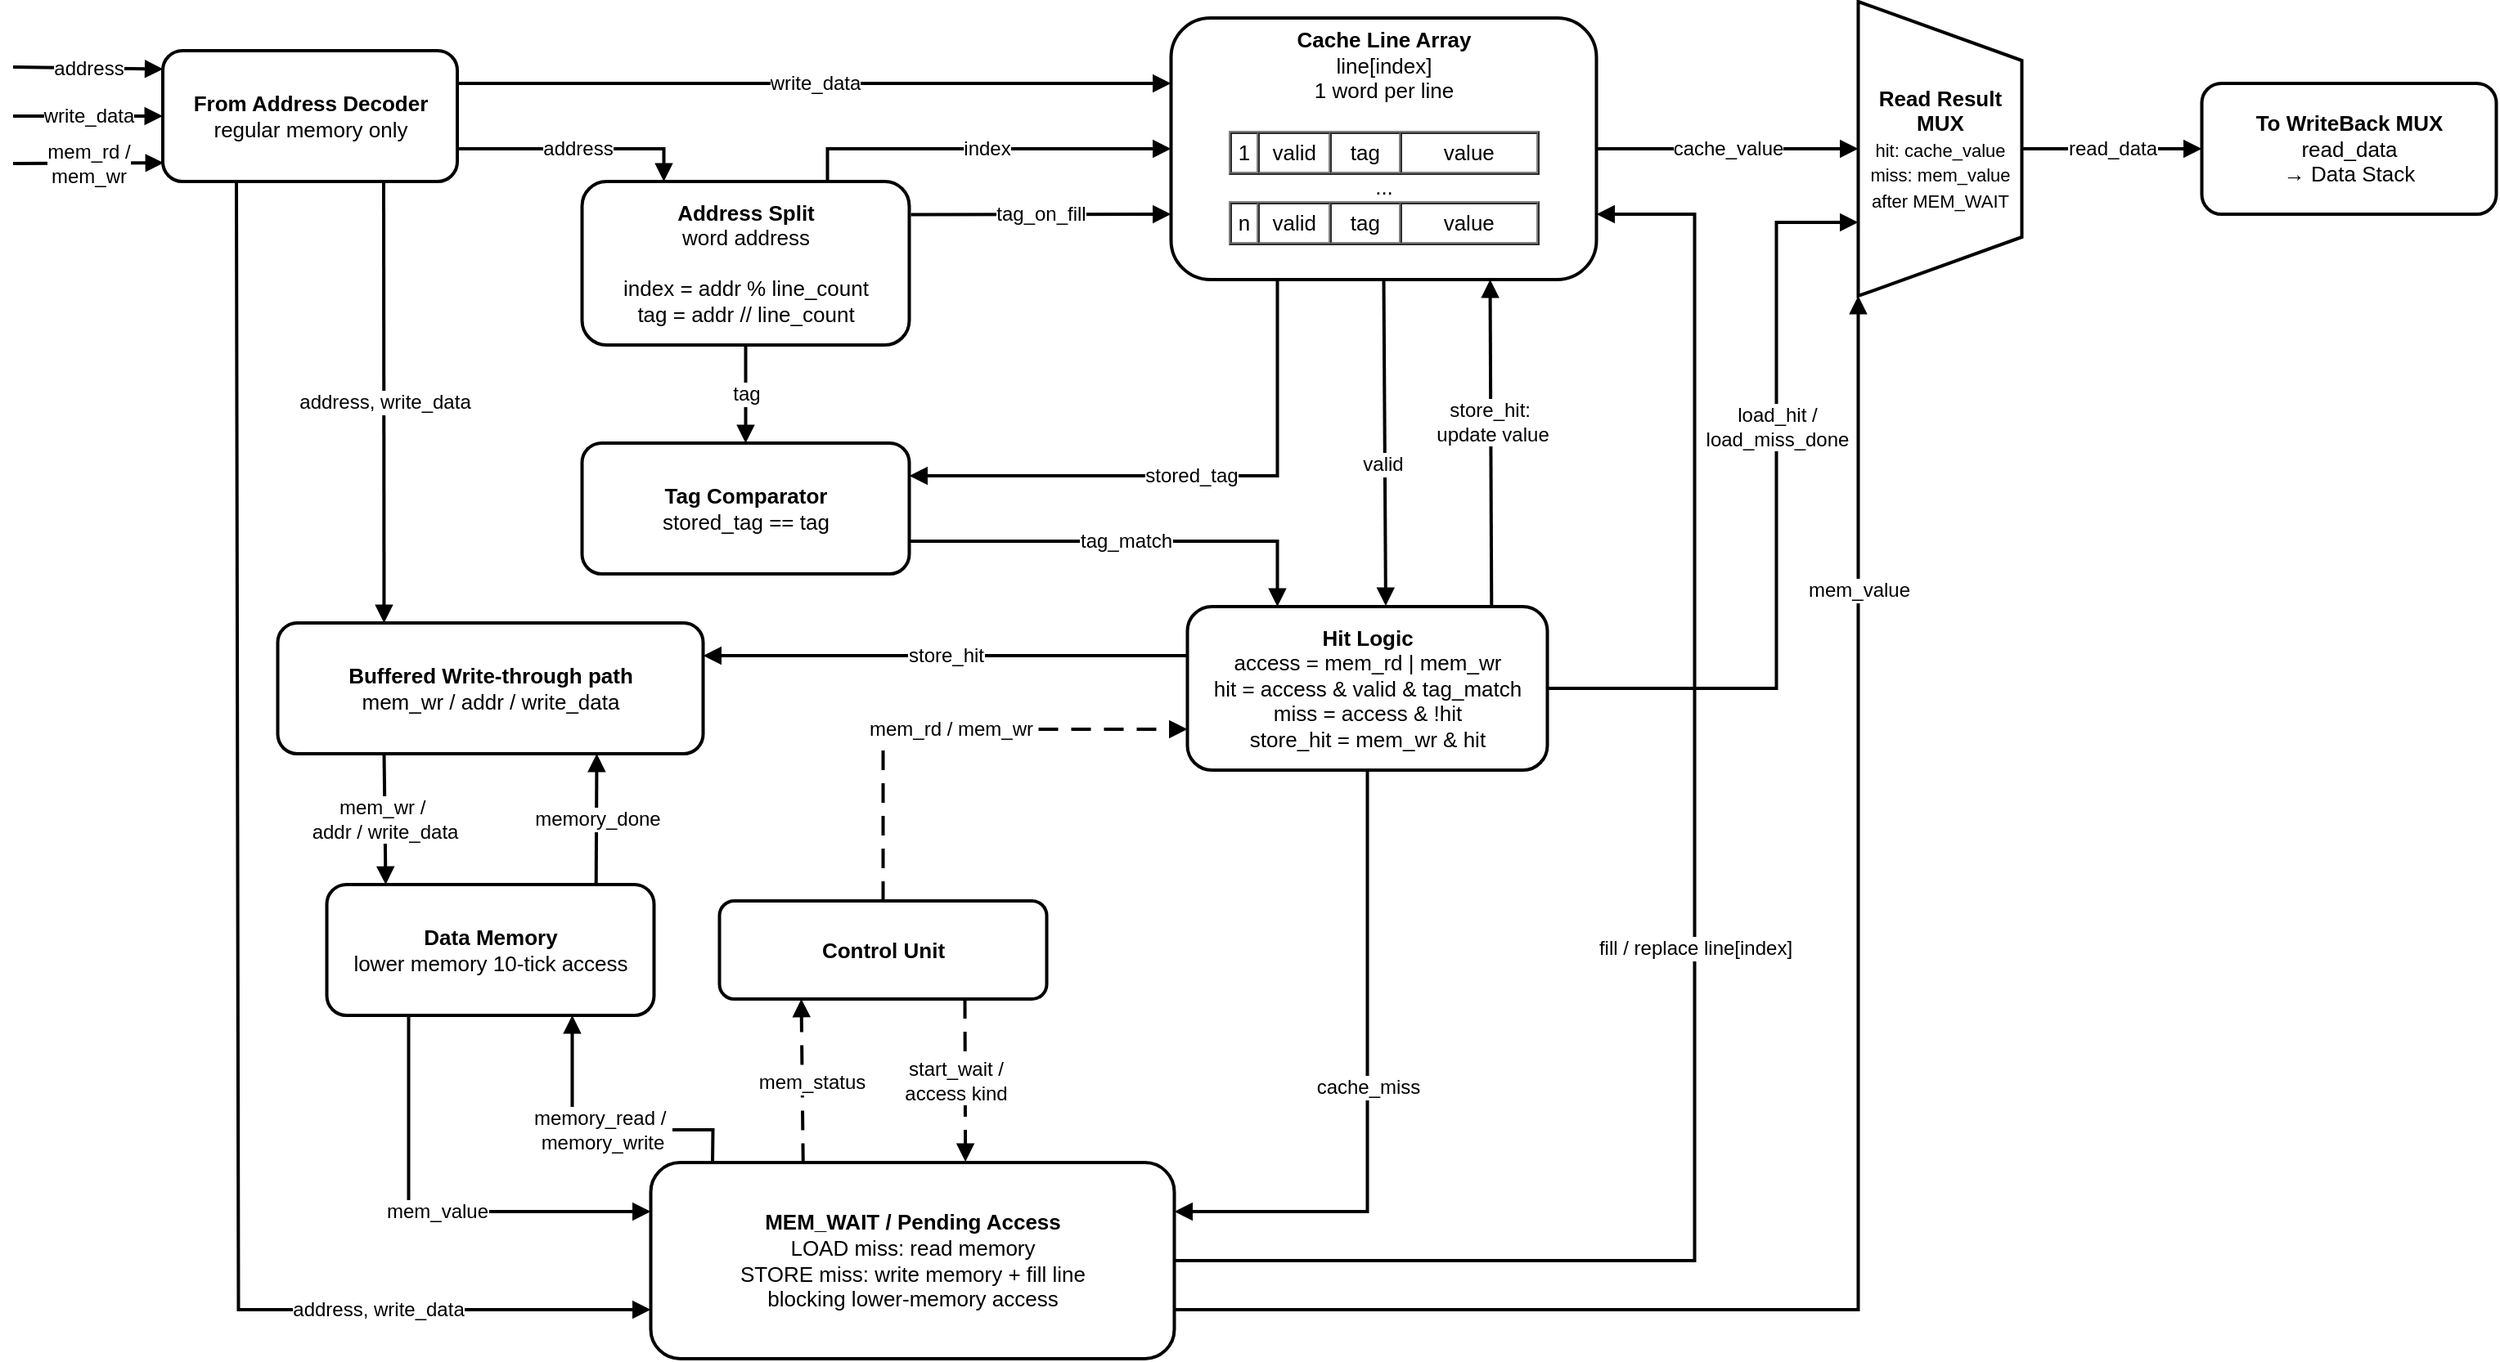
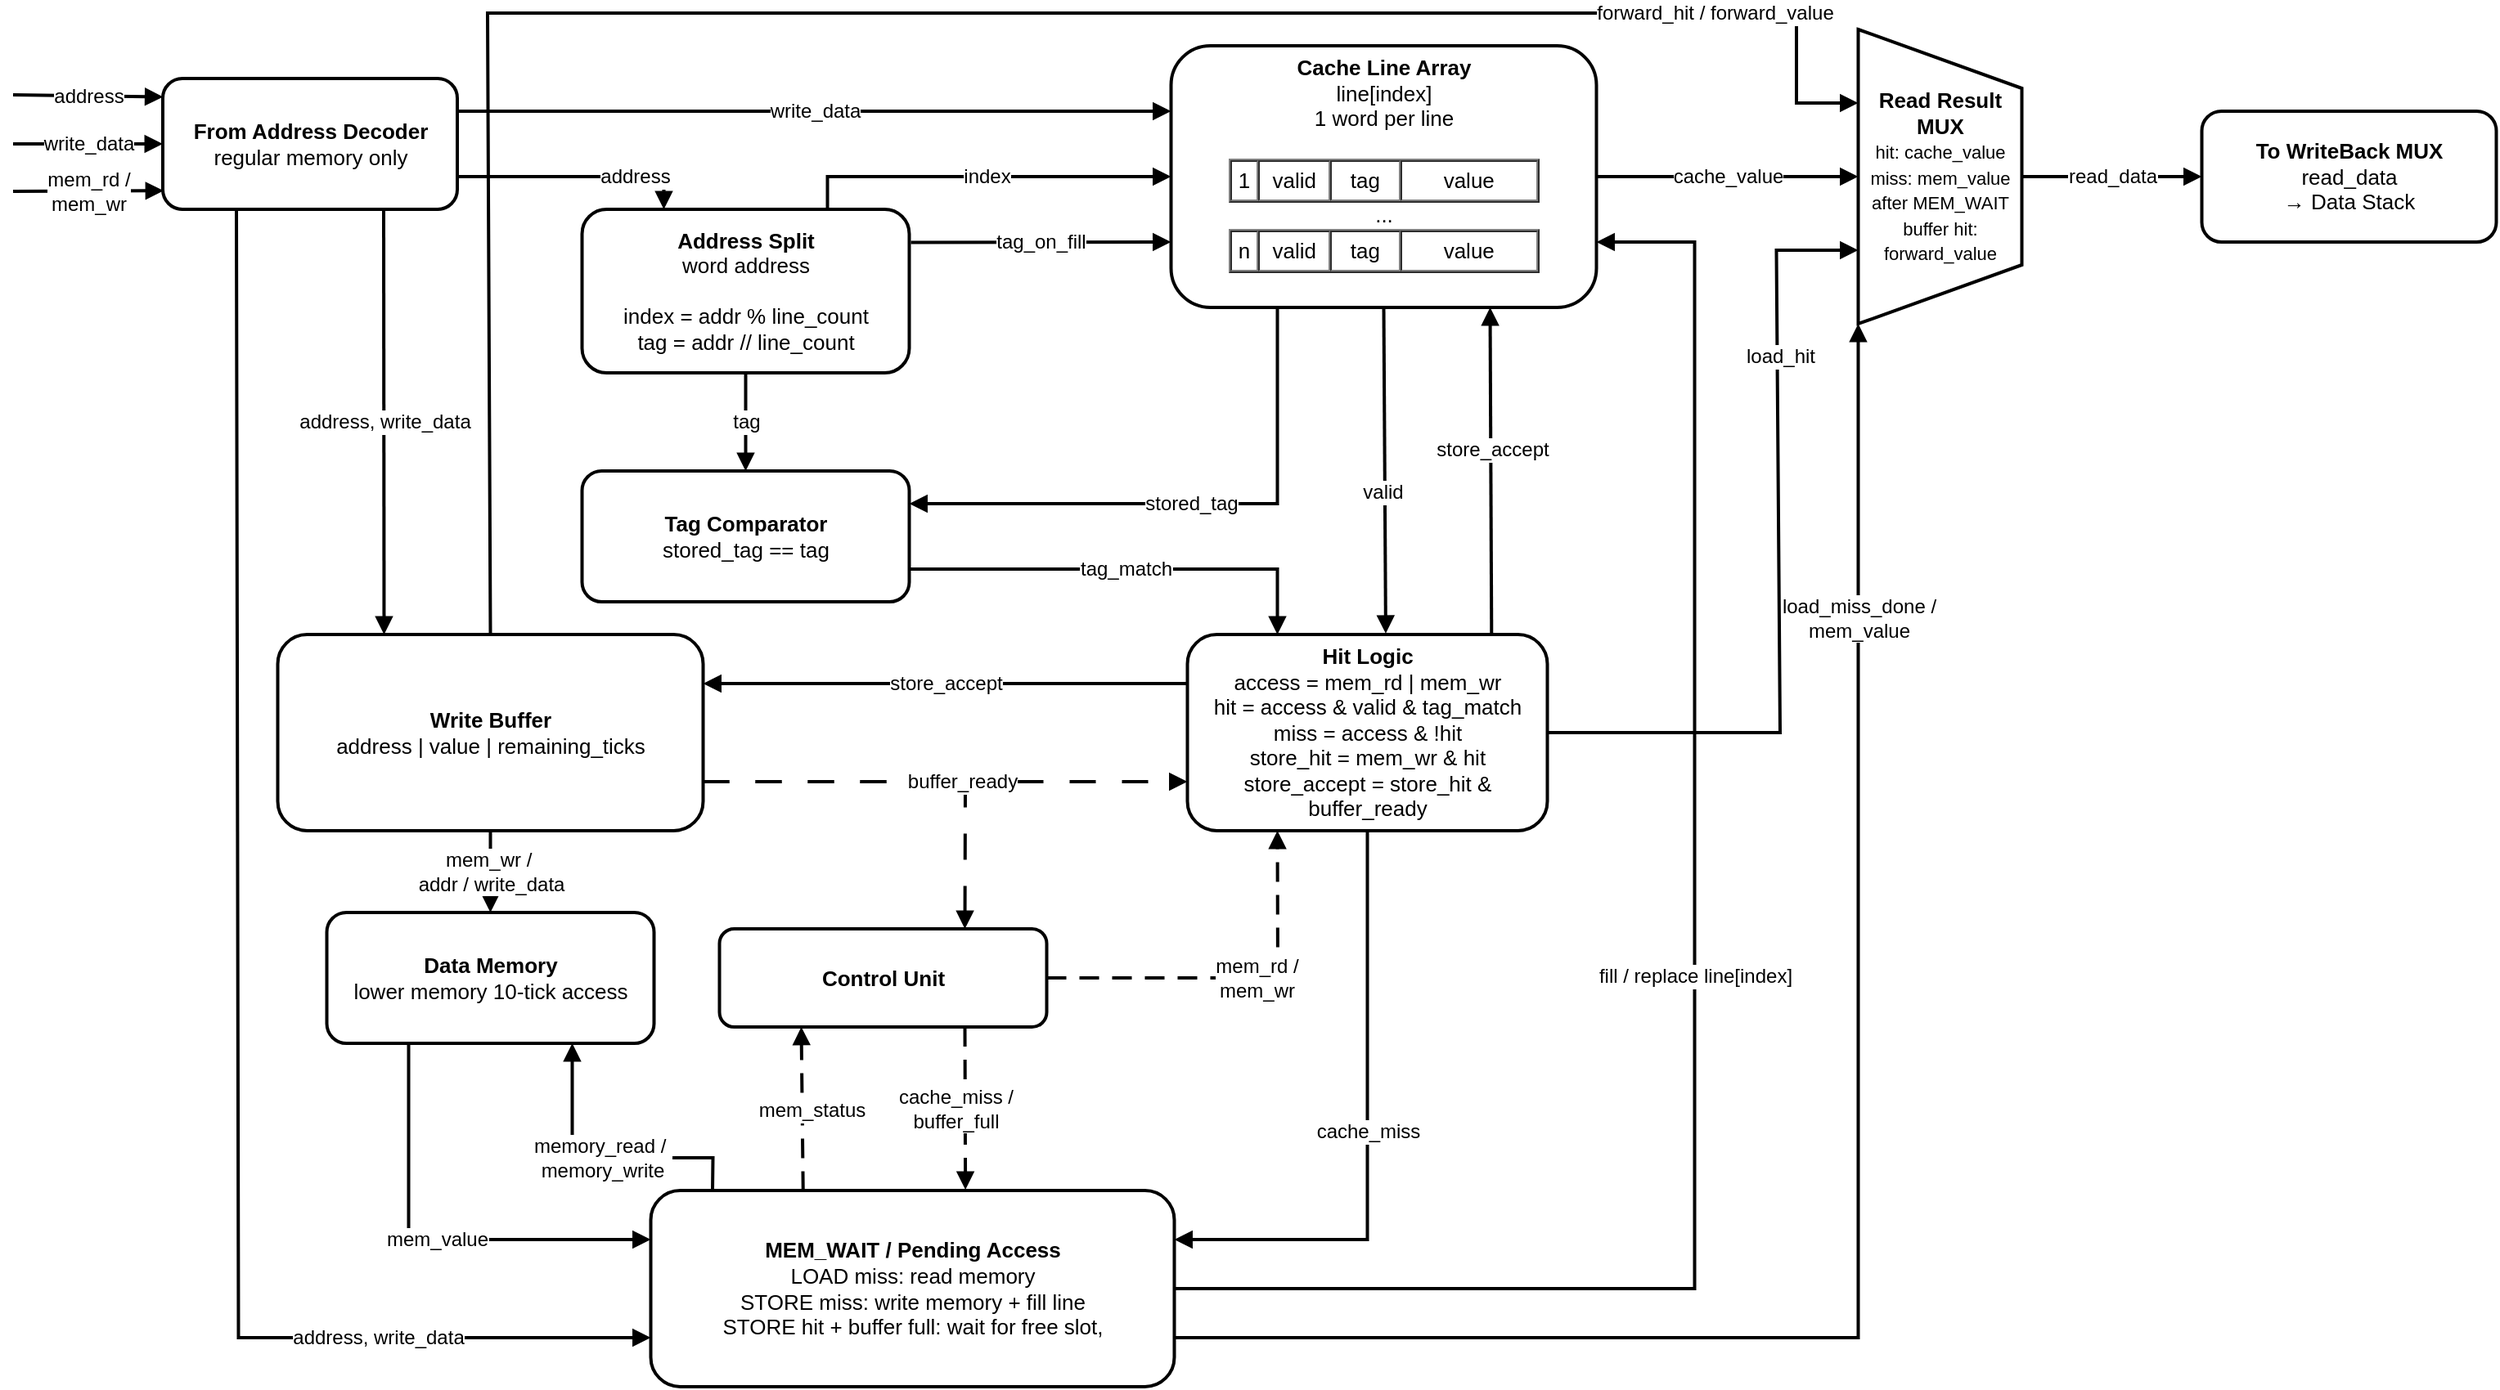
<mxfile host="app.diagrams.net">
  <diagram name="Страница-1" id="6LoON6mabmbmhEtFXeCD">
    <mxGraphModel dx="1572" dy="-209" grid="1" gridSize="10" guides="1" tooltips="1" connect="1" arrows="1" fold="1" page="1" pageScale="1" pageWidth="827" pageHeight="1169" math="0" shadow="0">
      <root>
        <mxCell id="0" />
        <mxCell id="1" parent="0" />
+         <mxCell id="1uLOGvhrAcETlvNOaouv-5" edge="1" parent="1" source="IVVpnZJj4IiTGcJY2tOR-60" style="endArrow=block;html=1;rounded=0;strokeWidth=2;strokeColor=#000000;fontSize=12;entryX=0.75;entryY=0;entryDx=0;entryDy=0;exitX=1;exitY=0.75;exitDx=0;exitDy=0;dashed=1;dashPattern=8 8;" target="IVVpnZJj4IiTGcJY2tOR-57" value="">
+           <mxGeometry relative="1" x="0.1825" as="geometry">
+             <mxPoint as="offset" />
+             <Array as="points">
+               <mxPoint x="652" y="1740" />
+             </Array>
+             <mxPoint x="550" y="1769.52" as="sourcePoint" />
+             <mxPoint x="846" y="1769.52" as="targetPoint" />
+           </mxGeometry>
+         </mxCell>
        <mxCell id="IVVpnZJj4IiTGcJY2tOR-39" parent="1" style="rounded=1;whiteSpace=wrap;html=1;strokeWidth=2;fontSize=13;" value="&lt;div&gt;&lt;b&gt;From Address Decoder&lt;/b&gt;&lt;/div&gt;regular memory only" vertex="1">
          <mxGeometry height="80" width="180" x="161.5" y="1310" as="geometry" />
        </mxCell>
        <mxCell id="IVVpnZJj4IiTGcJY2tOR-40" edge="1" parent="1" style="endArrow=block;html=1;rounded=0;strokeWidth=2;strokeColor=#000000;fontSize=12;entryX=0.001;entryY=0.141;entryDx=0;entryDy=0;entryPerimeter=0;" target="IVVpnZJj4IiTGcJY2tOR-39" value="address">
          <mxGeometry relative="1" as="geometry">
            <mxPoint x="70" y="1320" as="sourcePoint" />
            <mxPoint x="161.5" y="1326" as="targetPoint" />
          </mxGeometry>
        </mxCell>
        <mxCell id="IVVpnZJj4IiTGcJY2tOR-41" edge="1" parent="1" style="endArrow=block;html=1;rounded=0;strokeWidth=2;strokeColor=#000000;fontSize=12;entryX=0;entryY=0.5;entryDx=0;entryDy=0;" target="IVVpnZJj4IiTGcJY2tOR-39" value="write_data">
          <mxGeometry relative="1" as="geometry">
            <mxPoint x="70" y="1350" as="sourcePoint" />
            <mxPoint x="110" y="1410" as="targetPoint" />
          </mxGeometry>
        </mxCell>
        <mxCell id="IVVpnZJj4IiTGcJY2tOR-42" edge="1" parent="1" style="endArrow=block;html=1;rounded=0;strokeWidth=2;strokeColor=#000000;fontSize=12;entryX=0.003;entryY=0.858;entryDx=0;entryDy=0;entryPerimeter=0;" target="IVVpnZJj4IiTGcJY2tOR-39" value="&lt;div&gt;mem_rd /&lt;/div&gt;&lt;div&gt;mem_wr&lt;/div&gt;">
-           <mxGeometry relative="1" as="geometry">
+           <mxGeometry relative="1" x="-0.0041" as="geometry">
+             <mxPoint as="offset" />
            <mxPoint x="70" y="1379" as="sourcePoint" />
            <mxPoint x="161.5" y="1374" as="targetPoint" />
          </mxGeometry>
        </mxCell>
        <mxCell id="IVVpnZJj4IiTGcJY2tOR-43" parent="1" style="rounded=1;whiteSpace=wrap;html=1;strokeWidth=2;fontSize=13;" value="&lt;b&gt;Address Split&lt;/b&gt;&lt;br&gt;word address&lt;br&gt;&lt;br&gt;index = addr % line_count&lt;br&gt;tag = addr // line_count" vertex="1">
          <mxGeometry height="100" width="200" x="417.75" y="1390" as="geometry" />
        </mxCell>
        <mxCell id="IVVpnZJj4IiTGcJY2tOR-44" edge="1" parent="1" source="IVVpnZJj4IiTGcJY2tOR-39" style="endArrow=block;html=1;rounded=0;strokeWidth=2;strokeColor=#000000;fontSize=12;exitX=1;exitY=0.75;exitDx=0;exitDy=0;entryX=0.25;entryY=0;entryDx=0;entryDy=0;" target="IVVpnZJj4IiTGcJY2tOR-43" value="address">
-           <mxGeometry relative="1" as="geometry">
+           <mxGeometry relative="1" x="0.4838" as="geometry">
+             <mxPoint as="offset" />
            <Array as="points">
              <mxPoint x="467.75" y="1370" />
            </Array>
            <mxPoint x="307.75" y="1550" as="sourcePoint" />
            <mxPoint x="357.75" y="1572" as="targetPoint" />
          </mxGeometry>
        </mxCell>
        <mxCell id="IVVpnZJj4IiTGcJY2tOR-45" parent="1" style="rounded=1;whiteSpace=wrap;html=1;strokeWidth=2;fontSize=13;" value="&lt;b&gt;Cache Line Array&lt;/b&gt;&lt;br&gt;&lt;div&gt;line[index]&lt;/div&gt;&lt;div&gt;1 word per line&lt;/div&gt;&lt;div&gt;&lt;br&gt;&lt;/div&gt;&lt;div&gt;&lt;table border=&quot;1&quot; cellpadding=&quot;4&quot; cellspacing=&quot;0&quot;&gt;&lt;tbody&gt;&lt;tr&gt;&lt;td&gt;1&lt;/td&gt;&lt;td&gt;&amp;nbsp;valid&amp;nbsp;&lt;/td&gt;&lt;td&gt;&amp;nbsp; tag&amp;nbsp;&amp;nbsp;&lt;/td&gt;&lt;td&gt;&amp;nbsp; &amp;nbsp; &amp;nbsp; value&amp;nbsp; &amp;nbsp; &amp;nbsp;&amp;nbsp;&lt;/td&gt;&lt;/tr&gt;&lt;/tbody&gt;&lt;/table&gt;...&lt;/div&gt;&lt;div&gt;&lt;table border=&quot;1&quot; cellpadding=&quot;4&quot; cellspacing=&quot;0&quot;&gt;&lt;tbody&gt;&lt;tr&gt;&lt;td&gt;n&lt;/td&gt;&lt;td&gt;&amp;nbsp;valid&amp;nbsp;&lt;/td&gt;&lt;td&gt;&amp;nbsp; tag&amp;nbsp;&amp;nbsp;&lt;/td&gt;&lt;td&gt;&amp;nbsp; &amp;nbsp; &amp;nbsp; value&amp;nbsp; &amp;nbsp; &amp;nbsp;&amp;nbsp;&lt;/td&gt;&lt;/tr&gt;&lt;/tbody&gt;&lt;/table&gt;&lt;br&gt;&lt;/div&gt;" vertex="1">
          <mxGeometry height="160" width="260" x="777.75" y="1290" as="geometry" />
        </mxCell>
        <mxCell id="IVVpnZJj4IiTGcJY2tOR-46" edge="1" parent="1" source="IVVpnZJj4IiTGcJY2tOR-43" style="endArrow=block;html=1;rounded=0;strokeWidth=2;strokeColor=#000000;fontSize=12;entryX=0;entryY=0.5;entryDx=0;entryDy=0;exitX=0.75;exitY=0;exitDx=0;exitDy=0;" target="IVVpnZJj4IiTGcJY2tOR-45" value="index">
          <mxGeometry relative="1" x="0.0179" as="geometry">
            <mxPoint as="offset" />
            <Array as="points">
              <mxPoint x="567.75" y="1370" />
            </Array>
            <mxPoint x="1077.75" y="1470" as="sourcePoint" />
            <mxPoint x="1147.75" y="1460" as="targetPoint" />
          </mxGeometry>
        </mxCell>
        <mxCell id="IVVpnZJj4IiTGcJY2tOR-47" edge="1" parent="1" source="IVVpnZJj4IiTGcJY2tOR-39" style="endArrow=block;html=1;rounded=0;strokeWidth=2;strokeColor=#000000;fontSize=12;entryX=0;entryY=0.25;entryDx=0;entryDy=0;exitX=1;exitY=0.25;exitDx=0;exitDy=0;" target="IVVpnZJj4IiTGcJY2tOR-45" value="write_data">
          <mxGeometry relative="1" as="geometry">
            <mxPoint x="817.75" y="1391" as="sourcePoint" />
            <mxPoint x="967.75" y="1249" as="targetPoint" />
          </mxGeometry>
        </mxCell>
        <mxCell id="IVVpnZJj4IiTGcJY2tOR-48" edge="1" parent="1" source="IVVpnZJj4IiTGcJY2tOR-43" style="endArrow=block;html=1;rounded=0;strokeWidth=2;strokeColor=#000000;fontSize=12;exitX=1.005;exitY=0.202;exitDx=0;exitDy=0;entryX=0;entryY=0.75;entryDx=0;entryDy=0;exitPerimeter=0;" target="IVVpnZJj4IiTGcJY2tOR-45" value="tag_on_fill">
          <mxGeometry relative="1" as="geometry">
            <Array as="points" />
            <mxPoint x="657.75" y="1450" as="sourcePoint" />
            <mxPoint x="1227.75" y="1607" as="targetPoint" />
          </mxGeometry>
        </mxCell>
        <mxCell id="IVVpnZJj4IiTGcJY2tOR-49" parent="1" style="rounded=1;whiteSpace=wrap;html=1;strokeWidth=2;fontSize=13;" value="&lt;b&gt;To WriteBack MUX&lt;/b&gt;&lt;br&gt;read_data&lt;br&gt;→ Data Stack" vertex="1">
          <mxGeometry height="80" width="180" x="1407.75" y="1330" as="geometry" />
        </mxCell>
        <mxCell id="IVVpnZJj4IiTGcJY2tOR-50" edge="1" parent="1" source="IVVpnZJj4IiTGcJY2tOR-140" style="endArrow=block;html=1;rounded=0;strokeWidth=2;strokeColor=#000000;fontSize=12;" target="IVVpnZJj4IiTGcJY2tOR-49" value="read_data">
          <mxGeometry relative="1" as="geometry">
            <mxPoint x="1722.75" y="1355" as="sourcePoint" />
            <mxPoint x="2162.75" y="1415.5" as="targetPoint" />
          </mxGeometry>
        </mxCell>
        <mxCell id="IVVpnZJj4IiTGcJY2tOR-51" edge="1" parent="1" source="IVVpnZJj4IiTGcJY2tOR-45" style="endArrow=block;html=1;rounded=0;strokeWidth=2;strokeColor=#000000;fontSize=12;exitX=1;exitY=0.5;exitDx=0;exitDy=0;entryX=0.5;entryY=1;entryDx=0;entryDy=0;" target="IVVpnZJj4IiTGcJY2tOR-140" value="cache_value">
          <mxGeometry relative="1" as="geometry">
            <mxPoint x="1297.75" y="1355" as="sourcePoint" />
            <mxPoint x="1492.75" y="1355" as="targetPoint" />
          </mxGeometry>
        </mxCell>
-         <mxCell id="IVVpnZJj4IiTGcJY2tOR-53" parent="1" style="rounded=1;whiteSpace=wrap;html=1;strokeWidth=2;fontSize=13;" value="&lt;b&gt;MEM_WAIT / Pending Access&lt;/b&gt;&lt;br&gt;LOAD miss: read memory&lt;br&gt;&lt;div&gt;STORE miss: write memory + fill line&lt;/div&gt;blocking lower-memory access" vertex="1">
+         <mxCell id="IVVpnZJj4IiTGcJY2tOR-53" parent="1" style="rounded=1;whiteSpace=wrap;html=1;strokeWidth=2;fontSize=13;" value="&lt;b&gt;MEM_WAIT / Pending Access&lt;/b&gt;&lt;br&gt;LOAD miss: read memory&lt;br&gt;&lt;div&gt;STORE miss: write memory + fill line&lt;/div&gt;&lt;div&gt;&lt;span&gt;STORE hit + buffer full:&lt;/span&gt;&lt;span&gt;&amp;nbsp;wait for free slot,&lt;/span&gt;&lt;/div&gt;" vertex="1">
          <mxGeometry height="120" width="320" x="459.75" y="1990" as="geometry" />
        </mxCell>
-         <mxCell id="IVVpnZJj4IiTGcJY2tOR-54" edge="1" parent="1" source="IVVpnZJj4IiTGcJY2tOR-53" style="endArrow=block;html=1;rounded=0;strokeWidth=2;strokeColor=#000000;fontSize=12;exitX=1;exitY=0.75;exitDx=0;exitDy=0;entryX=1;entryY=1;entryDx=0;entryDy=0;" target="IVVpnZJj4IiTGcJY2tOR-140" value="mem_value">
+         <mxCell id="IVVpnZJj4IiTGcJY2tOR-54" edge="1" parent="1" source="IVVpnZJj4IiTGcJY2tOR-53" style="endArrow=block;html=1;rounded=0;strokeWidth=2;strokeColor=#000000;fontSize=12;exitX=1;exitY=0.75;exitDx=0;exitDy=0;entryX=1;entryY=1;entryDx=0;entryDy=0;" target="IVVpnZJj4IiTGcJY2tOR-140" value="&lt;div&gt;load_miss_done /&lt;/div&gt;mem_value">
          <mxGeometry relative="1" x="0.6532" as="geometry">
            <mxPoint as="offset" />
            <Array as="points">
              <mxPoint x="1197.75" y="2080" />
            </Array>
            <mxPoint x="1269.75" y="2484" as="sourcePoint" />
            <mxPoint x="1197.75" y="2187" as="targetPoint" />
          </mxGeometry>
        </mxCell>
-         <mxCell id="IVVpnZJj4IiTGcJY2tOR-55" parent="1" style="rounded=1;whiteSpace=wrap;html=1;strokeWidth=2;fontSize=13;" value="&lt;div&gt;&lt;b&gt;Hit Logic&lt;/b&gt;&lt;/div&gt;&lt;div&gt;access = mem_rd | mem_wr&lt;/div&gt;hit = access &amp;amp; valid &amp;amp; tag_match&lt;br&gt;miss = access &amp;amp; !hit&lt;br&gt;store_hit = mem_wr &amp;amp; hit&lt;font style=&quot;font-size: 11px&quot;&gt;&lt;/font&gt;" vertex="1">
-           <mxGeometry height="100" width="220" x="787.75" y="1650" as="geometry" />
+         <mxCell id="IVVpnZJj4IiTGcJY2tOR-55" parent="1" style="rounded=1;whiteSpace=wrap;html=1;strokeWidth=2;fontSize=13;" value="&lt;div&gt;&lt;b&gt;Hit Logic&lt;/b&gt;&lt;/div&gt;&lt;div&gt;access = mem_rd | mem_wr&lt;/div&gt;hit = access &amp;amp; valid &amp;amp; tag_match&lt;br&gt;miss = access &amp;amp; !hit&lt;br&gt;&lt;div&gt;store_hit = mem_wr &amp;amp; hit&lt;/div&gt;&lt;div&gt;store_accept = store_hit &amp;amp; buffer_ready&lt;/div&gt;" vertex="1">
+           <mxGeometry height="120" width="220" x="787.75" y="1650" as="geometry" />
        </mxCell>
        <mxCell id="IVVpnZJj4IiTGcJY2tOR-56" edge="1" parent="1" source="IVVpnZJj4IiTGcJY2tOR-45" style="endArrow=block;html=1;rounded=0;strokeWidth=2;strokeColor=#000000;fontSize=12;entryX=0.551;entryY=-0.005;entryDx=0;entryDy=0;exitX=0.5;exitY=1;exitDx=0;exitDy=0;entryPerimeter=0;" target="IVVpnZJj4IiTGcJY2tOR-55" value="valid">
          <mxGeometry relative="1" x="0.1329" y="-1" as="geometry">
            <mxPoint as="offset" />
            <mxPoint x="927.75" y="1670" as="sourcePoint" />
            <mxPoint x="940.75" y="1795" as="targetPoint" />
          </mxGeometry>
        </mxCell>
        <mxCell id="IVVpnZJj4IiTGcJY2tOR-57" parent="1" style="rounded=1;whiteSpace=wrap;html=1;strokeWidth=2;fontSize=13;" value="&lt;b&gt;Control Unit&lt;/b&gt;" vertex="1">
          <mxGeometry height="60" width="200" x="501.75" y="1830" as="geometry" />
        </mxCell>
        <mxCell id="IVVpnZJj4IiTGcJY2tOR-58" parent="1" style="rounded=1;whiteSpace=wrap;html=1;strokeWidth=2;fontSize=13;" value="&lt;b&gt;Tag Comparator&lt;/b&gt;&lt;br&gt;stored_tag == tag" vertex="1">
          <mxGeometry height="80" width="200" x="417.75" y="1550" as="geometry" />
        </mxCell>
        <mxCell id="IVVpnZJj4IiTGcJY2tOR-59" parent="1" style="rounded=1;whiteSpace=wrap;html=1;strokeWidth=2;fontSize=13;" value="&lt;b&gt;Data Memory&lt;/b&gt;&lt;br&gt;lower memory 10-tick access" vertex="1">
          <mxGeometry height="80" width="200" x="261.75" y="1820" as="geometry" />
        </mxCell>
-         <mxCell id="IVVpnZJj4IiTGcJY2tOR-60" parent="1" style="rounded=1;whiteSpace=wrap;html=1;strokeWidth=2;fontSize=13;" value="&lt;div&gt;&lt;b&gt;Buffered&amp;nbsp;Write-through path&lt;/b&gt;&lt;/div&gt;&lt;div&gt;mem_wr / addr / write_data&lt;/div&gt;" vertex="1">
-           <mxGeometry height="80" width="260" x="231.75" y="1660" as="geometry" />
+         <mxCell id="IVVpnZJj4IiTGcJY2tOR-60" parent="1" style="rounded=1;whiteSpace=wrap;html=1;strokeWidth=2;fontSize=13;" value="&lt;div&gt;&lt;b&gt;Write Buffer&lt;/b&gt;&lt;/div&gt;&lt;div&gt;&lt;span&gt;address | value | remaining_ticks&lt;/span&gt;&lt;/div&gt;" vertex="1">
+           <mxGeometry height="120" width="260" x="231.75" y="1650" as="geometry" />
        </mxCell>
        <mxCell id="IVVpnZJj4IiTGcJY2tOR-61" edge="1" parent="1" source="IVVpnZJj4IiTGcJY2tOR-43" style="endArrow=block;html=1;rounded=0;strokeWidth=2;strokeColor=#000000;fontSize=12;" target="IVVpnZJj4IiTGcJY2tOR-58" value="tag">
          <mxGeometry relative="1" as="geometry">
            <mxPoint x="207.75" y="1640" as="sourcePoint" />
            <mxPoint x="207.75" y="1707" as="targetPoint" />
          </mxGeometry>
        </mxCell>
        <mxCell id="IVVpnZJj4IiTGcJY2tOR-62" edge="1" parent="1" source="IVVpnZJj4IiTGcJY2tOR-45" style="endArrow=block;html=1;rounded=0;strokeWidth=2;strokeColor=#000000;fontSize=12;entryX=1;entryY=0.25;entryDx=0;entryDy=0;exitX=0.25;exitY=1;exitDx=0;exitDy=0;" target="IVVpnZJj4IiTGcJY2tOR-58" value="stored_tag">
          <mxGeometry relative="1" as="geometry">
            <Array as="points">
              <mxPoint x="842.75" y="1570" />
            </Array>
            <mxPoint x="935.75" y="1850" as="sourcePoint" />
            <mxPoint x="707.75" y="2020" as="targetPoint" />
          </mxGeometry>
        </mxCell>
        <mxCell id="IVVpnZJj4IiTGcJY2tOR-63" edge="1" parent="1" source="IVVpnZJj4IiTGcJY2tOR-58" style="endArrow=block;html=1;rounded=0;strokeWidth=2;strokeColor=#000000;fontSize=12;entryX=0.25;entryY=0;entryDx=0;entryDy=0;exitX=1;exitY=0.75;exitDx=0;exitDy=0;" target="IVVpnZJj4IiTGcJY2tOR-55" value="tag_match">
          <mxGeometry relative="1" as="geometry">
            <Array as="points">
              <mxPoint x="842.75" y="1610" />
            </Array>
            <mxPoint x="137.75" y="1861" as="sourcePoint" />
            <mxPoint x="342.75" y="1840" as="targetPoint" />
          </mxGeometry>
        </mxCell>
-         <mxCell id="IVVpnZJj4IiTGcJY2tOR-64" edge="1" parent="1" source="IVVpnZJj4IiTGcJY2tOR-55" style="endArrow=block;html=1;rounded=0;strokeWidth=2;strokeColor=#000000;fontSize=12;entryX=0.75;entryY=1;entryDx=0;entryDy=0;" target="IVVpnZJj4IiTGcJY2tOR-140" value="&lt;div&gt;load_hit /&lt;/div&gt;&lt;div&gt;load_miss_done&lt;/div&gt;">
-           <mxGeometry relative="1" x="0.2632" as="geometry">
-             <mxPoint as="offset" />
-             <Array as="points">
-               <mxPoint x="1147.75" y="1700" />
+         <mxCell id="IVVpnZJj4IiTGcJY2tOR-64" edge="1" parent="1" source="IVVpnZJj4IiTGcJY2tOR-55" style="endArrow=block;html=1;rounded=0;strokeWidth=2;strokeColor=#000000;fontSize=12;entryX=0.75;entryY=1;entryDx=0;entryDy=0;" target="IVVpnZJj4IiTGcJY2tOR-140" value="&lt;div&gt;load_hit&lt;/div&gt;">
+           <mxGeometry relative="1" x="0.5279" y="-2" as="geometry">
+             <mxPoint as="offset" />
+             <Array as="points">
+               <mxPoint x="1150" y="1710" />
              <mxPoint x="1147.75" y="1415" />
            </Array>
            <mxPoint x="1167.75" y="1702" as="sourcePoint" />
            <mxPoint x="1406.75" y="1560" as="targetPoint" />
          </mxGeometry>
        </mxCell>
-         <mxCell id="IVVpnZJj4IiTGcJY2tOR-65" edge="1" parent="1" source="IVVpnZJj4IiTGcJY2tOR-55" style="endArrow=block;html=1;rounded=0;strokeWidth=2;strokeColor=#000000;fontSize=12;exitX=0;exitY=0.3;exitDx=0;exitDy=0;exitPerimeter=0;entryX=1;entryY=0.25;entryDx=0;entryDy=0;" target="IVVpnZJj4IiTGcJY2tOR-60" value="store_hit">
-           <mxGeometry relative="1" as="geometry">
-             <Array as="points" />
-             <mxPoint x="857.75" y="1890" as="sourcePoint" />
+         <mxCell id="IVVpnZJj4IiTGcJY2tOR-65" edge="1" parent="1" source="IVVpnZJj4IiTGcJY2tOR-55" style="endArrow=block;html=1;rounded=0;strokeWidth=2;strokeColor=#000000;fontSize=12;entryX=1;entryY=0.25;entryDx=0;entryDy=0;exitX=0;exitY=0.25;exitDx=0;exitDy=0;" target="IVVpnZJj4IiTGcJY2tOR-60" value="store_accept">
+           <mxGeometry relative="1" as="geometry">
+             <Array as="points" />
+             <mxPoint x="780" y="1670" as="sourcePoint" />
            <mxPoint x="797.75" y="2210" as="targetPoint" />
          </mxGeometry>
        </mxCell>
-         <mxCell id="IVVpnZJj4IiTGcJY2tOR-66" edge="1" parent="1" source="IVVpnZJj4IiTGcJY2tOR-60" style="endArrow=block;html=1;rounded=0;strokeWidth=2;strokeColor=#000000;fontSize=12;exitX=0.25;exitY=1;exitDx=0;exitDy=0;entryX=0.18;entryY=0;entryDx=0;entryDy=0;entryPerimeter=0;" target="IVVpnZJj4IiTGcJY2tOR-59" value="&lt;div&gt;mem_wr /&amp;nbsp;&lt;/div&gt;&lt;div&gt;addr / write_data&lt;/div&gt;">
+         <mxCell id="IVVpnZJj4IiTGcJY2tOR-66" edge="1" parent="1" source="IVVpnZJj4IiTGcJY2tOR-60" style="endArrow=block;html=1;rounded=0;strokeWidth=2;strokeColor=#000000;fontSize=12;exitX=0.5;exitY=1;exitDx=0;exitDy=0;entryX=0.5;entryY=0;entryDx=0;entryDy=0;" target="IVVpnZJj4IiTGcJY2tOR-59" value="&lt;div&gt;mem_wr /&amp;nbsp;&lt;/div&gt;&lt;div&gt;addr / write_data&lt;/div&gt;">
          <mxGeometry relative="1" as="geometry">
            <Array as="points" />
            <mxPoint x="357.75" y="1771" as="sourcePoint" />
-             <mxPoint x="1187.75" y="2411" as="targetPoint" />
+             <mxPoint x="298" y="1820" as="targetPoint" />
          </mxGeometry>
        </mxCell>
        <mxCell id="IVVpnZJj4IiTGcJY2tOR-67" edge="1" parent="1" source="IVVpnZJj4IiTGcJY2tOR-59" style="endArrow=block;html=1;rounded=0;strokeWidth=2;strokeColor=#000000;fontSize=12;entryX=0;entryY=0.25;entryDx=0;entryDy=0;exitX=0.25;exitY=1;exitDx=0;exitDy=0;" target="IVVpnZJj4IiTGcJY2tOR-53" value="mem_value">
          <mxGeometry relative="1" x="0.0256" as="geometry">
            <mxPoint as="offset" />
            <Array as="points">
              <mxPoint x="311.75" y="2020" />
            </Array>
            <mxPoint x="307.75" y="1920" as="sourcePoint" />
            <mxPoint x="1017.75" y="2340" as="targetPoint" />
          </mxGeometry>
        </mxCell>
        <mxCell id="IVVpnZJj4IiTGcJY2tOR-68" edge="1" parent="1" source="IVVpnZJj4IiTGcJY2tOR-53" style="endArrow=block;html=1;rounded=0;strokeWidth=2;strokeColor=#000000;fontSize=12;exitX=0.118;exitY=-0.005;exitDx=0;exitDy=0;entryX=0.75;entryY=1;entryDx=0;entryDy=0;exitPerimeter=0;" target="IVVpnZJj4IiTGcJY2tOR-59" value="&lt;div&gt;memory_read /&amp;nbsp;&lt;/div&gt;&lt;div&gt;memory_write&lt;/div&gt;">
          <mxGeometry relative="1" as="geometry">
            <mxPoint as="offset" />
            <Array as="points">
              <mxPoint x="497.75" y="1970" />
              <mxPoint x="411.75" y="1970" />
            </Array>
            <mxPoint x="1137.75" y="2360" as="sourcePoint" />
            <mxPoint x="1077.75" y="2680" as="targetPoint" />
          </mxGeometry>
        </mxCell>
-         <mxCell id="IVVpnZJj4IiTGcJY2tOR-69" edge="1" parent="1" source="IVVpnZJj4IiTGcJY2tOR-57" style="endArrow=block;html=1;rounded=0;strokeWidth=2;dashed=1;dashPattern=6 4;strokeColor=light-dark(#000000,#000000);fontColor=light-dark(#000000, #6f9bf2);fontSize=12;entryX=0.601;entryY=-0.004;entryDx=0;entryDy=0;exitX=0.75;exitY=1;exitDx=0;exitDy=0;entryPerimeter=0;" target="IVVpnZJj4IiTGcJY2tOR-53" value="&lt;div&gt;start_wait /&lt;/div&gt;&lt;div&gt;access kind&lt;/div&gt;">
+         <mxCell id="IVVpnZJj4IiTGcJY2tOR-69" edge="1" parent="1" source="IVVpnZJj4IiTGcJY2tOR-57" style="endArrow=block;html=1;rounded=0;strokeWidth=2;dashed=1;dashPattern=6 4;strokeColor=light-dark(#000000,#000000);fontColor=light-dark(#000000, #6f9bf2);fontSize=12;entryX=0.601;entryY=-0.004;entryDx=0;entryDy=0;exitX=0.75;exitY=1;exitDx=0;exitDy=0;entryPerimeter=0;" target="IVVpnZJj4IiTGcJY2tOR-53" value="&lt;div&gt;cache_miss /&lt;/div&gt;&lt;div&gt;buffer_full&lt;/div&gt;">
          <mxGeometry relative="1" x="-0.0068" y="-6" as="geometry">
            <mxPoint as="offset" />
            <Array as="points" />
            <mxPoint x="39.75" y="1800" as="sourcePoint" />
            <mxPoint x="206.75" y="2117" as="targetPoint" />
          </mxGeometry>
        </mxCell>
        <mxCell id="IVVpnZJj4IiTGcJY2tOR-70" edge="1" parent="1" source="IVVpnZJj4IiTGcJY2tOR-53" style="endArrow=block;html=1;rounded=0;strokeWidth=2;dashed=1;dashPattern=6 4;strokeColor=light-dark(#000000,#000000);fontColor=light-dark(#000000, #6f9bf2);fontSize=12;exitX=0.291;exitY=0.002;exitDx=0;exitDy=0;entryX=0.25;entryY=1;entryDx=0;entryDy=0;exitPerimeter=0;" target="IVVpnZJj4IiTGcJY2tOR-57" value="mem_status">
          <mxGeometry relative="1" x="-0.0101" y="-6" as="geometry">
            <mxPoint as="offset" />
            <Array as="points" />
            <mxPoint x="589.75" y="2320" as="sourcePoint" />
            <mxPoint x="756.75" y="2637" as="targetPoint" />
          </mxGeometry>
        </mxCell>
-         <mxCell id="IVVpnZJj4IiTGcJY2tOR-71" edge="1" parent="1" source="IVVpnZJj4IiTGcJY2tOR-57" style="endArrow=block;html=1;rounded=0;strokeWidth=2;dashed=1;dashPattern=6 4;strokeColor=light-dark(#000000,#000000);fontColor=light-dark(#000000, #6f9bf2);fontSize=12;entryX=0;entryY=0.75;entryDx=0;entryDy=0;" target="IVVpnZJj4IiTGcJY2tOR-55" value="mem_rd / mem_wr">
-           <mxGeometry relative="1" x="0.0071" as="geometry">
-             <mxPoint as="offset" />
-             <Array as="points">
-               <mxPoint x="601.75" y="1725" />
+         <mxCell id="IVVpnZJj4IiTGcJY2tOR-71" edge="1" parent="1" source="IVVpnZJj4IiTGcJY2tOR-57" style="endArrow=block;html=1;rounded=0;strokeWidth=2;dashed=1;dashPattern=6 4;strokeColor=light-dark(#000000,#000000);fontColor=light-dark(#000000, #6f9bf2);fontSize=12;entryX=0.25;entryY=1;entryDx=0;entryDy=0;exitX=1;exitY=0.5;exitDx=0;exitDy=0;" target="IVVpnZJj4IiTGcJY2tOR-55" value="&lt;div&gt;mem_rd /&lt;/div&gt;&lt;div&gt;mem_wr&lt;/div&gt;">
+           <mxGeometry relative="1" x="0.1092" as="geometry">
+             <mxPoint as="offset" />
+             <Array as="points">
+               <mxPoint x="843" y="1860" />
            </Array>
            <mxPoint x="787.75" y="1860" as="sourcePoint" />
            <mxPoint x="954.75" y="2177" as="targetPoint" />
          </mxGeometry>
        </mxCell>
        <mxCell id="IVVpnZJj4IiTGcJY2tOR-72" edge="1" parent="1" source="IVVpnZJj4IiTGcJY2tOR-55" style="endArrow=block;html=1;rounded=0;strokeWidth=2;strokeColor=#000000;fontSize=12;entryX=1;entryY=0.25;entryDx=0;entryDy=0;" target="IVVpnZJj4IiTGcJY2tOR-53" value="cache_miss">
          <mxGeometry relative="1" as="geometry">
            <Array as="points">
              <mxPoint x="897.75" y="2020" />
            </Array>
            <mxPoint x="217.75" y="1850" as="sourcePoint" />
            <mxPoint x="157.75" y="2170" as="targetPoint" />
          </mxGeometry>
        </mxCell>
        <mxCell id="IVVpnZJj4IiTGcJY2tOR-73" edge="1" parent="1" source="IVVpnZJj4IiTGcJY2tOR-39" style="endArrow=block;html=1;rounded=0;strokeWidth=2;strokeColor=#000000;fontSize=12;exitX=0.25;exitY=1;exitDx=0;exitDy=0;entryX=0;entryY=0.75;entryDx=0;entryDy=0;" target="IVVpnZJj4IiTGcJY2tOR-53" value="address, write_data">
          <mxGeometry relative="1" x="0.6451" as="geometry">
            <mxPoint as="offset" />
            <Array as="points">
              <mxPoint x="207.75" y="2080" />
            </Array>
            <mxPoint x="157.75" y="1710" as="sourcePoint" />
            <mxPoint x="277.75" y="2330" as="targetPoint" />
          </mxGeometry>
        </mxCell>
        <mxCell id="IVVpnZJj4IiTGcJY2tOR-74" edge="1" parent="1" source="IVVpnZJj4IiTGcJY2tOR-39" style="endArrow=block;html=1;rounded=0;strokeWidth=2;strokeColor=#000000;fontSize=12;exitX=0.75;exitY=1;exitDx=0;exitDy=0;entryX=0.25;entryY=0;entryDx=0;entryDy=0;" target="IVVpnZJj4IiTGcJY2tOR-60" value="address, write_data">
          <mxGeometry relative="1" as="geometry">
            <Array as="points" />
            <mxPoint x="940.75" y="1030" as="sourcePoint" />
            <mxPoint x="1477.75" y="1814" as="targetPoint" />
          </mxGeometry>
        </mxCell>
        <mxCell id="IVVpnZJj4IiTGcJY2tOR-75" edge="1" parent="1" source="IVVpnZJj4IiTGcJY2tOR-53" style="endArrow=block;html=1;rounded=0;strokeWidth=2;strokeColor=#000000;fontSize=12;exitX=1;exitY=0.5;exitDx=0;exitDy=0;entryX=1;entryY=0.75;entryDx=0;entryDy=0;" target="IVVpnZJj4IiTGcJY2tOR-45" value="fill / replace line[index]">
          <mxGeometry relative="1" as="geometry">
            <Array as="points">
              <mxPoint x="1097.75" y="2050" />
              <mxPoint x="1097.75" y="1410" />
            </Array>
            <mxPoint x="57.75" y="1600" as="sourcePoint" />
            <mxPoint x="717.75" y="1750" as="targetPoint" />
          </mxGeometry>
        </mxCell>
-         <mxCell id="IVVpnZJj4IiTGcJY2tOR-140" parent="1" style="shape=trapezoid;perimeter=trapezoidPerimeter;whiteSpace=wrap;html=1;strokeWidth=2;fillColor=#ffffff;strokeColor=#000000;fontSize=13;direction=south;" value="&lt;b&gt;Read Result MUX&lt;/b&gt;&lt;br&gt;&lt;font style=&quot;font-size: 11px&quot;&gt;hit: cache_value&lt;br&gt;miss: mem_value after MEM_WAIT&lt;/font&gt;" vertex="1">
+         <mxCell id="IVVpnZJj4IiTGcJY2tOR-140" parent="1" style="shape=trapezoid;perimeter=trapezoidPerimeter;whiteSpace=wrap;html=1;strokeWidth=2;fillColor=#ffffff;strokeColor=#000000;fontSize=13;direction=south;" value="&lt;b&gt;Read Result MUX&lt;/b&gt;&lt;br&gt;&lt;font style=&quot;font-size: 11px&quot;&gt;hit: cache_value&lt;br&gt;&lt;/font&gt;&lt;div&gt;&lt;font style=&quot;font-size: 11px&quot;&gt;miss: mem_value after MEM_WAIT&lt;/font&gt;&lt;/div&gt;&lt;div&gt;&lt;font style=&quot;font-size: 11px&quot;&gt;buffer hit: forward_value&lt;/font&gt;&lt;/div&gt;" vertex="1">
          <mxGeometry height="180" width="100" x="1197.75" y="1280" as="geometry" />
        </mxCell>
-         <mxCell id="IVVpnZJj4IiTGcJY2tOR-141" edge="1" parent="1" source="IVVpnZJj4IiTGcJY2tOR-55" style="endArrow=block;html=1;rounded=0;strokeWidth=2;strokeColor=#000000;fontSize=12;entryX=0.75;entryY=1;entryDx=0;entryDy=0;exitX=0.845;exitY=-0.004;exitDx=0;exitDy=0;exitPerimeter=0;" target="IVVpnZJj4IiTGcJY2tOR-45" value="&lt;div&gt;store_hit:&amp;nbsp;&lt;/div&gt;&lt;div&gt;update value&lt;/div&gt;">
+         <mxCell id="IVVpnZJj4IiTGcJY2tOR-141" edge="1" parent="1" source="IVVpnZJj4IiTGcJY2tOR-55" style="endArrow=block;html=1;rounded=0;strokeWidth=2;strokeColor=#000000;fontSize=12;entryX=0.75;entryY=1;entryDx=0;entryDy=0;exitX=0.845;exitY=-0.004;exitDx=0;exitDy=0;exitPerimeter=0;" target="IVVpnZJj4IiTGcJY2tOR-45" value="store_accept">
          <mxGeometry relative="1" x="0.1329" y="-1" as="geometry">
            <mxPoint as="offset" />
            <mxPoint x="1010" y="1550" as="sourcePoint" />
            <mxPoint x="1011" y="1750" as="targetPoint" />
          </mxGeometry>
        </mxCell>
-         <mxCell id="SF4w3poqQP8KzkD1iNpZ-1" edge="1" parent="1" source="IVVpnZJj4IiTGcJY2tOR-59" style="endArrow=block;html=1;rounded=0;strokeWidth=2;strokeColor=#000000;fontSize=12;exitX=0.823;exitY=0.006;exitDx=0;exitDy=0;entryX=0.75;entryY=1;entryDx=0;entryDy=0;exitPerimeter=0;" target="IVVpnZJj4IiTGcJY2tOR-60" value="memory_done">
-           <mxGeometry relative="1" as="geometry">
-             <Array as="points" />
-             <mxPoint x="440" y="1780" as="sourcePoint" />
-             <mxPoint x="441" y="1860" as="targetPoint" />
+         <mxCell id="1uLOGvhrAcETlvNOaouv-1" edge="1" parent="1" source="IVVpnZJj4IiTGcJY2tOR-60" style="endArrow=block;html=1;rounded=0;strokeWidth=2;strokeColor=#000000;fontSize=12;entryX=0;entryY=0.75;entryDx=0;entryDy=0;exitX=1;exitY=0.75;exitDx=0;exitDy=0;dashed=1;dashPattern=8 8;" target="IVVpnZJj4IiTGcJY2tOR-55" value="&lt;div&gt;buffer_ready&lt;/div&gt;">
+           <mxGeometry relative="1" x="0.0693" as="geometry">
+             <mxPoint as="offset" />
+             <Array as="points" />
+             <mxPoint x="701.75" y="1709" as="sourcePoint" />
+             <mxPoint x="761.75" y="1820" as="targetPoint" />
+           </mxGeometry>
+         </mxCell>
+         <mxCell id="1uLOGvhrAcETlvNOaouv-3" edge="1" parent="1" source="IVVpnZJj4IiTGcJY2tOR-60" style="endArrow=block;html=1;rounded=0;strokeWidth=2;strokeColor=#000000;fontSize=12;exitX=0.5;exitY=0;exitDx=0;exitDy=0;entryX=0.25;entryY=1;entryDx=0;entryDy=0;fontStyle=0" target="IVVpnZJj4IiTGcJY2tOR-140" value="forward_hit / forward_value">
+           <mxGeometry relative="1" x="0.7757" as="geometry">
+             <mxPoint as="offset" />
+             <Array as="points">
+               <mxPoint x="360" y="1270" />
+               <mxPoint x="1160" y="1270" />
+               <mxPoint x="1160" y="1325" />
+             </Array>
+             <mxPoint x="420" y="1440" as="sourcePoint" />
+             <mxPoint x="420" y="1694" as="targetPoint" />
          </mxGeometry>
        </mxCell>
      </root>
    </mxGraphModel>
  </diagram>
</mxfile>
